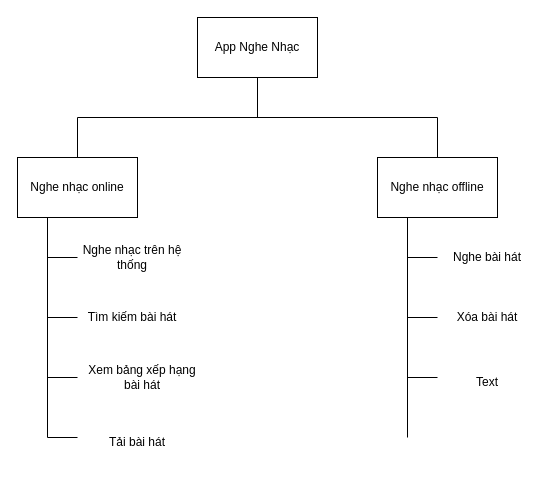
This is page "Page-1" (1 of 6) of Untitled Diagram.drawio from NguyenThao1912/PTTKHTpicture, a draw.io file, before an edit. Source tidied: cells renumbered, new cells numbered last; positions are measured from the earlier drawing's top-left corner, leaving out a move shared by most shapes. Both pictures are drawn from the tidied source at 100%, with x=0, y=0 at pixel (17, 17).
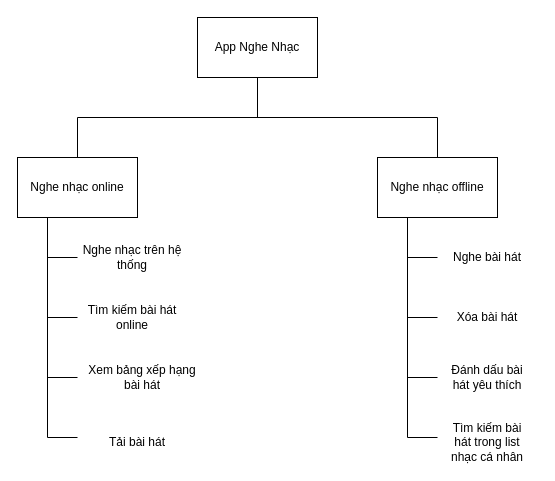
The same page after the edit.

What changed in the source:
```diff
@@
-    <mxCell id="13" value="Tìm kiếm bài hát" style="text;html=1;strokeColor=none;fillColor=none;align=center;verticalAlign=middle;whiteSpace=wrap;rounded=0;" parent="1" vertex="1">
+    <mxCell id="13" value="Tìm kiếm bài hát online" style="text;html=1;strokeColor=none;fillColor=none;align=center;verticalAlign=middle;whiteSpace=wrap;rounded=0;" parent="1" vertex="1">
       <mxGeometry x="65" y="280" width="100" height="40" as="geometry" />
     </mxCell>
@@
-    <mxCell id="24" value="Text" style="text;html=1;strokeColor=none;fillColor=none;align=center;verticalAlign=middle;whiteSpace=wrap;rounded=0;" parent="1" vertex="1">
-      <mxGeometry x="430" y="350" width="80" height="30" as="geometry" />
+    <mxCell id="24" value="Đánh dấu bài hát yêu thích" style="text;html=1;strokeColor=none;fillColor=none;align=center;verticalAlign=middle;whiteSpace=wrap;rounded=0;" parent="1" vertex="1">
+      <mxGeometry x="430" y="345" width="80" height="30" as="geometry" />
     </mxCell>
+    <mxCell id="25" style="endArrow=none;html=1;" parent="1" edge="1">
+      <mxGeometry relative="1" as="geometry">
+        <mxPoint x="390" y="420" as="sourcePoint" />
+        <mxPoint x="420" y="420" as="targetPoint" />
+      </mxGeometry>
+    </mxCell>
+    <mxCell id="26" value="Tìm kiếm bài hát trong list nhạc cá nhân" style="text;html=1;strokeColor=none;fillColor=none;align=center;verticalAlign=middle;whiteSpace=wrap;rounded=0;" parent="1" vertex="1">
+      <mxGeometry x="430" y="410" width="80" height="30" as="geometry" />
+    </mxCell>
```
